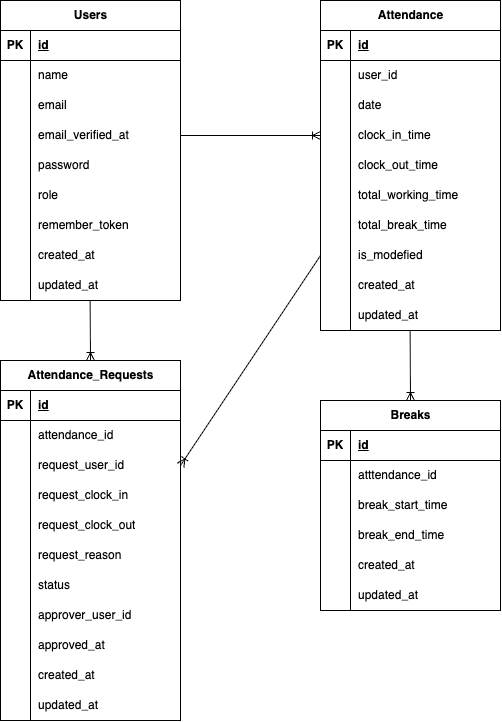
Before: er.drawio.png, a diagram exported from draw.io (k-sakata1988/mogianken_kintai_application). Source tidied: cells renumbered, new cells last; positions are measured from the earlier drawing's top-left corner, leaving out a move shared by most shapes.
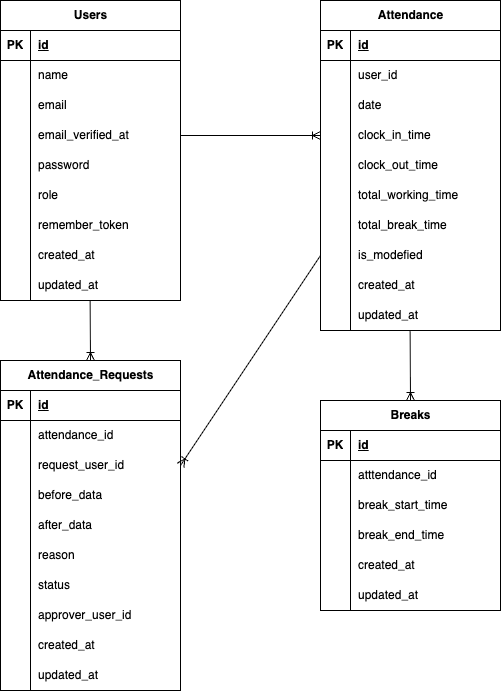
The same diagram one commit later.

Commit message:
テスト、SeederまでのREADME.mdの背景修正完了

What changed in the source:
```diff
@@ -240,7 +240,7 @@
       <mxGeometry x="30" width="150" height="30" as="geometry" />
     </mxCell>
     <mxCell id="81" value="Attendance_Requests" style="shape=table;startSize=30;rowLines=0;fontStyle=1;align=center;html=1;" parent="1" vertex="1">
-      <mxGeometry y="360" width="180" height="360" as="geometry" />
+      <mxGeometry y="360" width="180" height="330" as="geometry" />
     </mxCell>
     <mxCell id="82" style="shape=tableRow;horizontal=0;startSize=0;swimlaneHead=0;swimlaneBody=0;fillColor=none;top=0;left=0;right=0;bottom=1;" parent="81" vertex="1">
       <mxGeometry y="30" width="180" height="30" as="geometry" />
@@ -275,7 +275,7 @@
     <mxCell id="92" style="shape=partialRectangle;fillColor=none;top=0;left=0;bottom=0;right=0;overflow=hidden;whiteSpace=wrap;html=1;" parent="91" vertex="1">
       <mxGeometry width="30" height="30" as="geometry" />
     </mxCell>
-    <mxCell id="93" value="request_clock_in" style="shape=partialRectangle;fillColor=none;top=0;left=0;bottom=0;right=0;align=left;spacingLeft=6;overflow=hidden;whiteSpace=wrap;html=1;" parent="91" vertex="1">
+    <mxCell id="93" value="before_data" style="shape=partialRectangle;fillColor=none;top=0;left=0;bottom=0;right=0;align=left;spacingLeft=6;overflow=hidden;whiteSpace=wrap;html=1;" parent="91" vertex="1">
       <mxGeometry x="30" width="150" height="30" as="geometry" />
     </mxCell>
     <mxCell id="94" style="shape=tableRow;horizontal=0;startSize=0;swimlaneHead=0;swimlaneBody=0;fillColor=none;top=0;left=0;right=0;bottom=0;" parent="81" vertex="1">
@@ -284,7 +284,7 @@
     <mxCell id="95" style="shape=partialRectangle;fillColor=none;top=0;left=0;bottom=0;right=0;overflow=hidden;whiteSpace=wrap;html=1;" parent="94" vertex="1">
       <mxGeometry width="30" height="30" as="geometry" />
     </mxCell>
-    <mxCell id="96" value="request_clock_out" style="shape=partialRectangle;fillColor=none;top=0;left=0;bottom=0;right=0;align=left;spacingLeft=6;overflow=hidden;whiteSpace=wrap;html=1;" parent="94" vertex="1">
+    <mxCell id="96" value="after_data" style="shape=partialRectangle;fillColor=none;top=0;left=0;bottom=0;right=0;align=left;spacingLeft=6;overflow=hidden;whiteSpace=wrap;html=1;" parent="94" vertex="1">
       <mxGeometry x="30" width="150" height="30" as="geometry" />
     </mxCell>
     <mxCell id="97" style="shape=tableRow;horizontal=0;startSize=0;swimlaneHead=0;swimlaneBody=0;fillColor=none;top=0;left=0;right=0;bottom=0;" parent="81" vertex="1">
@@ -293,7 +293,7 @@
     <mxCell id="98" style="shape=partialRectangle;fillColor=none;top=0;left=0;bottom=0;right=0;overflow=hidden;whiteSpace=wrap;html=1;" parent="97" vertex="1">
       <mxGeometry width="30" height="30" as="geometry" />
     </mxCell>
-    <mxCell id="99" value="request_reason" style="shape=partialRectangle;fillColor=none;top=0;left=0;bottom=0;right=0;align=left;spacingLeft=6;overflow=hidden;whiteSpace=wrap;html=1;" parent="97" vertex="1">
+    <mxCell id="99" value="reason" style="shape=partialRectangle;fillColor=none;top=0;left=0;bottom=0;right=0;align=left;spacingLeft=6;overflow=hidden;whiteSpace=wrap;html=1;" parent="97" vertex="1">
       <mxGeometry x="30" width="150" height="30" as="geometry" />
     </mxCell>
     <mxCell id="100" style="shape=tableRow;horizontal=0;startSize=0;swimlaneHead=0;swimlaneBody=0;fillColor=none;top=0;left=0;right=0;bottom=0;" parent="81" vertex="1">
@@ -314,17 +314,8 @@
     <mxCell id="105" value="approver_user_id" style="shape=partialRectangle;fillColor=none;top=0;left=0;bottom=0;right=0;align=left;spacingLeft=6;overflow=hidden;whiteSpace=wrap;html=1;" parent="103" vertex="1">
       <mxGeometry x="30" width="150" height="30" as="geometry" />
     </mxCell>
-    <mxCell id="106" style="shape=tableRow;horizontal=0;startSize=0;swimlaneHead=0;swimlaneBody=0;fillColor=none;top=0;left=0;right=0;bottom=0;" parent="81" vertex="1">
-      <mxGeometry y="270" width="180" height="30" as="geometry" />
-    </mxCell>
-    <mxCell id="107" style="shape=partialRectangle;fillColor=none;top=0;left=0;bottom=0;right=0;overflow=hidden;whiteSpace=wrap;html=1;" parent="106" vertex="1">
-      <mxGeometry width="30" height="30" as="geometry" />
-    </mxCell>
-    <mxCell id="108" value="approved_at" style="shape=partialRectangle;fillColor=none;top=0;left=0;bottom=0;right=0;align=left;spacingLeft=6;overflow=hidden;whiteSpace=wrap;html=1;" parent="106" vertex="1">
-      <mxGeometry x="30" width="150" height="30" as="geometry" />
-    </mxCell>
     <mxCell id="109" style="shape=tableRow;horizontal=0;startSize=0;swimlaneHead=0;swimlaneBody=0;fillColor=none;top=0;left=0;right=0;bottom=0;" parent="81" vertex="1">
-      <mxGeometry y="300" width="180" height="30" as="geometry" />
+      <mxGeometry y="270" width="180" height="30" as="geometry" />
     </mxCell>
     <mxCell id="110" style="shape=partialRectangle;fillColor=none;top=0;left=0;bottom=0;right=0;overflow=hidden;whiteSpace=wrap;html=1;" parent="109" vertex="1">
       <mxGeometry width="30" height="30" as="geometry" />
@@ -333,7 +324,7 @@
       <mxGeometry x="30" width="150" height="30" as="geometry" />
     </mxCell>
     <mxCell id="112" style="shape=tableRow;horizontal=0;startSize=0;swimlaneHead=0;swimlaneBody=0;fillColor=none;top=0;left=0;right=0;bottom=0;" parent="81" vertex="1">
-      <mxGeometry y="330" width="180" height="30" as="geometry" />
+      <mxGeometry y="300" width="180" height="30" as="geometry" />
     </mxCell>
     <mxCell id="113" style="shape=partialRectangle;fillColor=none;top=0;left=0;bottom=0;right=0;overflow=hidden;whiteSpace=wrap;html=1;" parent="112" vertex="1">
       <mxGeometry width="30" height="30" as="geometry" />
```
